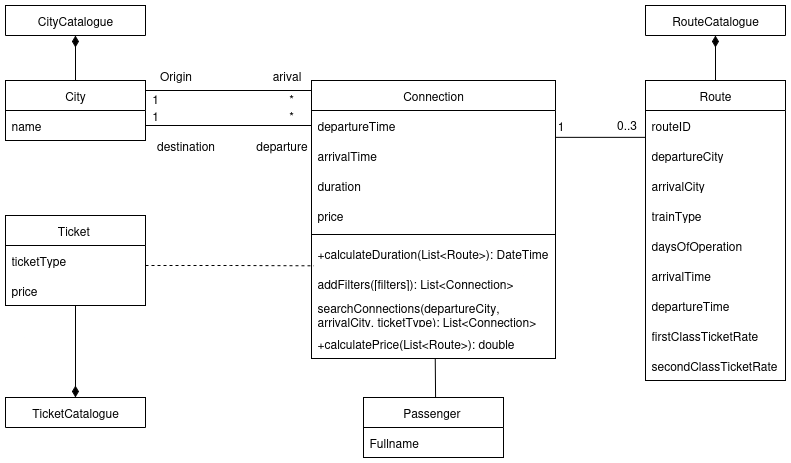
The draw.io diagram Iteration1/Artifacts/Class_Diagram.png in JA-WRI/Train-Connection-Finder, before a commit. Source tidied: cells renumbered, new cells last; positions are measured from the earlier drawing's top-left corner, leaving out a move shared by most shapes.
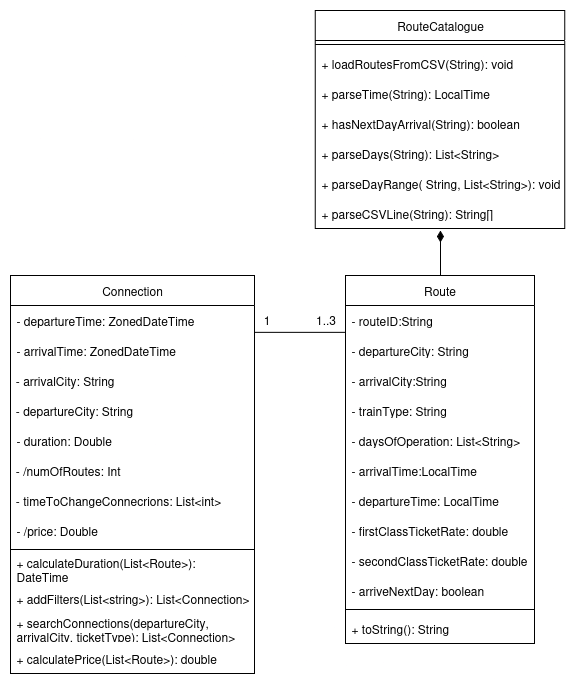
Later version of the same file.

Commit message:
Add updated Domain Model and Class Diagram

What changed in the source:
```diff
@@ -2,164 +2,125 @@
   <root>
     <mxCell id="0" />
     <mxCell id="1" parent="0" />
-    <mxCell id="2" style="edgeStyle=orthogonalEdgeStyle;rounded=0;jettySize=auto;html=1;entryX=0.5;entryY=1;entryDx=0;entryDy=0;endArrow=diamondThin;endFill=1;endSize=9;" parent="1" edge="1" source="3" target="5">
-      <mxGeometry relative="1" as="geometry" />
-    </mxCell>
-    <mxCell id="3" value="City" style="swimlane;fontStyle=0;horizontal=1;startSize=30;whiteSpace=wrap;html=1;" parent="1" vertex="1">
-      <mxGeometry y="75" width="140" height="60" as="geometry" />
-    </mxCell>
-    <mxCell id="4" value="name" style="text;strokeColor=none;fillColor=none;align=left;verticalAlign=middle;spacingLeft=4;spacingRight=4;overflow=hidden;points=[[0,0.5],[1,0.5]];portConstraint=eastwest;whiteSpace=wrap;html=1;" parent="3" vertex="1">
-      <mxGeometry y="30" width="140" height="30" as="geometry" />
-    </mxCell>
-    <mxCell id="5" value="CityCatalogue" style="swimlane;fontStyle=0;horizontal=1;startSize=30;whiteSpace=wrap;html=1;" parent="1" vertex="1">
-      <mxGeometry width="140" height="30" as="geometry" />
-    </mxCell>
-    <mxCell id="6" style="edgeStyle=orthogonalEdgeStyle;rounded=0;jettySize=auto;html=1;entryX=0.5;entryY=0;entryDx=0;entryDy=0;endArrow=diamondThin;endFill=1;endSize=9;" parent="1" edge="1" source="7" target="46">
-      <mxGeometry relative="1" as="geometry" />
-    </mxCell>
-    <mxCell id="7" value="Ticket&amp;nbsp;" style="swimlane;fontStyle=0;horizontal=1;startSize=30;whiteSpace=wrap;html=1;" parent="1" vertex="1">
-      <mxGeometry y="210" width="140" height="90" as="geometry" />
-    </mxCell>
-    <mxCell id="8" value="ticketType" style="text;strokeColor=none;fillColor=none;align=left;verticalAlign=middle;spacingLeft=4;spacingRight=4;overflow=hidden;whiteSpace=wrap;html=1;" parent="7" vertex="1">
-      <mxGeometry y="30" width="140" height="30" as="geometry" />
-    </mxCell>
-    <mxCell id="9" value="price" style="text;strokeColor=none;fillColor=none;align=left;verticalAlign=middle;spacingLeft=4;spacingRight=4;overflow=hidden;whiteSpace=wrap;html=1;" parent="7" vertex="1">
-      <mxGeometry y="60" width="140" height="30" as="geometry" />
-    </mxCell>
     <mxCell id="10" value="Connection" style="swimlane;fontStyle=0;horizontal=1;startSize=30;whiteSpace=wrap;html=1;" parent="1" vertex="1">
-      <mxGeometry x="306" y="75" width="244" height="278" as="geometry" />
+      <mxGeometry x="306" y="75" width="244" height="398" as="geometry" />
     </mxCell>
-    <mxCell id="11" value="departureTime" style="text;strokeColor=none;fillColor=none;align=left;verticalAlign=middle;spacingLeft=4;spacingRight=4;overflow=hidden;points=[[0,0.5],[1,0.5]];portConstraint=eastwest;whiteSpace=wrap;html=1;" parent="10" vertex="1">
+    <mxCell id="11" value="- departureTime:&amp;nbsp;ZonedDateTime" style="text;strokeColor=none;fillColor=none;align=left;verticalAlign=middle;spacingLeft=4;spacingRight=4;overflow=hidden;points=[[0,0.5],[1,0.5]];portConstraint=eastwest;whiteSpace=wrap;html=1;" parent="10" vertex="1">
       <mxGeometry y="30" width="244" height="30" as="geometry" />
     </mxCell>
-    <mxCell id="12" value="arrivalTime" style="text;strokeColor=none;fillColor=none;align=left;verticalAlign=middle;spacingLeft=4;spacingRight=4;overflow=hidden;whiteSpace=wrap;html=1;" parent="10" vertex="1">
+    <mxCell id="12" value="- arrivalTime:&amp;nbsp;ZonedDateTime" style="text;strokeColor=none;fillColor=none;align=left;verticalAlign=middle;spacingLeft=4;spacingRight=4;overflow=hidden;whiteSpace=wrap;html=1;" parent="10" vertex="1">
       <mxGeometry y="60" width="244" height="30" as="geometry" />
     </mxCell>
+    <mxCell id="50" value="&amp;nbsp;- arrivalCity: String" style="text;html=1;align=left;verticalAlign=middle;whiteSpace=wrap;rounded=0;" parent="10" vertex="1">
+      <mxGeometry y="90" width="244" height="30" as="geometry" />
+    </mxCell>
+    <mxCell id="51" value="&amp;nbsp;- departureCity: String" style="text;html=1;align=left;verticalAlign=middle;whiteSpace=wrap;rounded=0;" parent="10" vertex="1">
+      <mxGeometry y="120" width="244" height="30" as="geometry" />
+    </mxCell>
-    <mxCell id="13" value="duration" style="text;strokeColor=none;fillColor=none;align=left;verticalAlign=middle;spacingLeft=4;spacingRight=4;overflow=hidden;whiteSpace=wrap;html=1;" parent="10" vertex="1">
-      <mxGeometry y="90" width="244" height="30" as="geometry" />
+    <mxCell id="13" value="- duration: Double" style="text;strokeColor=none;fillColor=none;align=left;verticalAlign=middle;spacingLeft=4;spacingRight=4;overflow=hidden;whiteSpace=wrap;html=1;" parent="10" vertex="1">
+      <mxGeometry y="150" width="244" height="30" as="geometry" />
     </mxCell>
+    <mxCell id="52" value="&amp;nbsp;- /numOfRoutes: Int" style="text;html=1;align=left;verticalAlign=middle;whiteSpace=wrap;rounded=0;" parent="10" vertex="1">
+      <mxGeometry y="180" width="244" height="30" as="geometry" />
+    </mxCell>
+    <mxCell id="53" value="&amp;nbsp;- timeToChangeConnecrions: List&amp;lt;int&amp;gt;" style="text;html=1;align=left;verticalAlign=middle;whiteSpace=wrap;rounded=0;" parent="10" vertex="1">
+      <mxGeometry y="210" width="244" height="30" as="geometry" />
+    </mxCell>
-    <mxCell id="14" value="price" style="text;strokeColor=none;fillColor=none;align=left;verticalAlign=middle;spacingLeft=4;spacingRight=4;overflow=hidden;whiteSpace=wrap;html=1;" parent="10" vertex="1">
-      <mxGeometry y="120" width="244" height="30" as="geometry" />
+    <mxCell id="14" value="- /price: Double&amp;nbsp;" style="text;strokeColor=none;fillColor=none;align=left;verticalAlign=middle;spacingLeft=4;spacingRight=4;overflow=hidden;whiteSpace=wrap;html=1;" parent="10" vertex="1">
+      <mxGeometry y="240" width="244" height="30" as="geometry" />
     </mxCell>
     <mxCell id="15" style="line;strokeWidth=1;fillColor=none;align=left;verticalAlign=middle;spacingTop=-1;spacingLeft=3;spacingRight=3;labelPosition=right;strokeColor=inherit;" parent="10" vertex="1">
-      <mxGeometry y="150" width="244" height="8" as="geometry" />
+      <mxGeometry y="270" width="244" height="8" as="geometry" />
     </mxCell>
-    <mxCell id="16" value="+calculateDuration(List&amp;lt;Route&amp;gt;): DateTime" style="text;strokeColor=none;fillColor=none;align=left;verticalAlign=middle;spacingLeft=4;spacingRight=4;overflow=hidden;whiteSpace=wrap;html=1;" parent="10" vertex="1">
-      <mxGeometry y="158" width="244" height="30" as="geometry" />
+    <mxCell id="16" value="+ calculateDuration(List&amp;lt;Route&amp;gt;): DateTime" style="text;strokeColor=none;fillColor=none;align=left;verticalAlign=middle;spacingLeft=4;spacingRight=4;overflow=hidden;whiteSpace=wrap;html=1;" parent="10" vertex="1">
+      <mxGeometry y="278" width="244" height="30" as="geometry" />
     </mxCell>
-    <mxCell id="17" value="&lt;span style=&quot;text-align: center;&quot;&gt;addFilters([filters]): List&amp;lt;Connection&amp;gt;&lt;/span&gt;" style="text;strokeColor=none;fillColor=none;align=left;verticalAlign=middle;spacingLeft=4;spacingRight=4;overflow=hidden;whiteSpace=wrap;html=1;" parent="10" vertex="1">
-      <mxGeometry y="188" width="244" height="30" as="geometry" />
+    <mxCell id="17" value="&lt;span style=&quot;text-align: center;&quot;&gt;+ addFilters(List&amp;lt;string&amp;gt;): List&amp;lt;Connection&amp;gt;&lt;/span&gt;" style="text;strokeColor=none;fillColor=none;align=left;verticalAlign=middle;spacingLeft=4;spacingRight=4;overflow=hidden;whiteSpace=wrap;html=1;" parent="10" vertex="1">
+      <mxGeometry y="308" width="244" height="30" as="geometry" />
     </mxCell>
-    <mxCell id="18" value="&lt;span style=&quot;text-align: center;&quot;&gt;searchConnections(departureCity, arrivalCity, ticketType): List&amp;lt;Connection&amp;gt;&lt;/span&gt;" style="text;strokeColor=none;fillColor=none;align=left;verticalAlign=middle;spacingLeft=4;spacingRight=4;overflow=hidden;whiteSpace=wrap;html=1;" parent="10" vertex="1">
-      <mxGeometry y="218" width="244" height="30" as="geometry" />
+    <mxCell id="18" value="&lt;span style=&quot;text-align: center;&quot;&gt;+ searchConnections(departureCity, arrivalCity, ticketType): List&amp;lt;Connection&amp;gt;&lt;/span&gt;" style="text;strokeColor=none;fillColor=none;align=left;verticalAlign=middle;spacingLeft=4;spacingRight=4;overflow=hidden;whiteSpace=wrap;html=1;" parent="10" vertex="1">
+      <mxGeometry y="338" width="244" height="30" as="geometry" />
     </mxCell>
-    <mxCell id="19" value="+calculatePrice(List&amp;lt;Route&amp;gt;): double" style="text;strokeColor=none;fillColor=none;align=left;verticalAlign=middle;spacingLeft=4;spacingRight=4;overflow=hidden;points=[[0,0.5],[1,0.5]];portConstraint=eastwest;whiteSpace=wrap;html=1;" parent="10" vertex="1">
-      <mxGeometry y="248" width="244" height="30" as="geometry" />
+    <mxCell id="19" value="+ calculatePrice(List&amp;lt;Route&amp;gt;): double" style="text;strokeColor=none;fillColor=none;align=left;verticalAlign=middle;spacingLeft=4;spacingRight=4;overflow=hidden;points=[[0,0.5],[1,0.5]];portConstraint=eastwest;whiteSpace=wrap;html=1;" parent="10" vertex="1">
+      <mxGeometry y="368" width="244" height="30" as="geometry" />
     </mxCell>
-    <mxCell id="20" value="Origin" style="text;html=1;align=center;verticalAlign=middle;strokeColor=none;fillColor=none;" parent="1" vertex="1">
-      <mxGeometry x="140" y="55" width="60" height="30" as="geometry" />
-    </mxCell>
-    <mxCell id="21" value="destination" style="text;html=1;align=center;verticalAlign=middle;strokeColor=none;fillColor=none;" parent="1" vertex="1">
-      <mxGeometry x="140" y="125" width="80" height="30" as="geometry" />
-    </mxCell>
-    <mxCell id="22" value="departure" style="text;html=1;align=center;verticalAlign=middle;strokeColor=none;fillColor=none;" parent="1" vertex="1">
-      <mxGeometry x="241" y="125" width="70" height="30" as="geometry" />
-    </mxCell>
-    <mxCell id="23" value="arival" style="text;html=1;align=center;verticalAlign=middle;strokeColor=none;fillColor=none;" parent="1" vertex="1">
-      <mxGeometry x="256" y="55" width="50" height="30" as="geometry" />
-    </mxCell>
-    <mxCell id="24" value="Passenger&amp;nbsp;" style="swimlane;fontStyle=0;horizontal=1;startSize=30;whiteSpace=wrap;html=1;" parent="1" vertex="1">
-      <mxGeometry x="358" y="392" width="140" height="60" as="geometry" />
-    </mxCell>
-    <mxCell id="25" value="Fullname&amp;nbsp;" style="text;strokeColor=none;fillColor=none;align=left;verticalAlign=middle;spacingLeft=4;spacingRight=4;overflow=hidden;whiteSpace=wrap;html=1;" parent="24" vertex="1">
-      <mxGeometry y="30" width="140" height="30" as="geometry" />
-    </mxCell>
     <mxCell id="26" value="Route" style="swimlane;fontStyle=0;horizontal=1;startSize=30;whiteSpace=wrap;html=1;" parent="1" vertex="1">
-      <mxGeometry x="640" y="75" width="140" height="300" as="geometry" />
+      <mxGeometry x="641" y="75" width="189" height="368" as="geometry" />
     </mxCell>
-    <mxCell id="27" value="routeID" style="text;strokeColor=none;fillColor=none;align=left;verticalAlign=middle;spacingLeft=4;spacingRight=4;overflow=hidden;points=[[0,0.5],[1,0.5]];portConstraint=eastwest;whiteSpace=wrap;html=1;" parent="26" vertex="1">
-      <mxGeometry y="30" width="140" height="30" as="geometry" />
+    <mxCell id="27" value="- routeID:String" style="text;strokeColor=none;fillColor=none;align=left;verticalAlign=middle;spacingLeft=4;spacingRight=4;overflow=hidden;points=[[0,0.5],[1,0.5]];portConstraint=eastwest;whiteSpace=wrap;html=1;" parent="26" vertex="1">
+      <mxGeometry y="30" width="189" height="30" as="geometry" />
     </mxCell>
-    <mxCell id="28" value="departureCity" style="text;strokeColor=none;fillColor=none;align=left;verticalAlign=middle;spacingLeft=4;spacingRight=4;overflow=hidden;whiteSpace=wrap;html=1;" parent="26" vertex="1">
-      <mxGeometry y="60" width="140" height="30" as="geometry" />
+    <mxCell id="28" value="- departureCity: String" style="text;strokeColor=none;fillColor=none;align=left;verticalAlign=middle;spacingLeft=4;spacingRight=4;overflow=hidden;whiteSpace=wrap;html=1;" parent="26" vertex="1">
+      <mxGeometry y="60" width="189" height="30" as="geometry" />
     </mxCell>
-    <mxCell id="29" value="arrivalCity" style="text;strokeColor=none;fillColor=none;align=left;verticalAlign=middle;spacingLeft=4;spacingRight=4;overflow=hidden;whiteSpace=wrap;html=1;" parent="26" vertex="1">
-      <mxGeometry y="90" width="140" height="30" as="geometry" />
+    <mxCell id="29" value="- arrivalCity:String" style="text;strokeColor=none;fillColor=none;align=left;verticalAlign=middle;spacingLeft=4;spacingRight=4;overflow=hidden;whiteSpace=wrap;html=1;" parent="26" vertex="1">
+      <mxGeometry y="90" width="189" height="30" as="geometry" />
     </mxCell>
-    <mxCell id="30" value="trainType" style="text;strokeColor=none;fillColor=none;align=left;verticalAlign=middle;spacingLeft=4;spacingRight=4;overflow=hidden;whiteSpace=wrap;html=1;" parent="26" vertex="1">
-      <mxGeometry y="120" width="140" height="30" as="geometry" />
+    <mxCell id="30" value="- trainType: String" style="text;strokeColor=none;fillColor=none;align=left;verticalAlign=middle;spacingLeft=4;spacingRight=4;overflow=hidden;whiteSpace=wrap;html=1;" parent="26" vertex="1">
+      <mxGeometry y="120" width="189" height="30" as="geometry" />
     </mxCell>
-    <mxCell id="31" value="daysOfOperation" style="text;strokeColor=none;fillColor=none;align=left;verticalAlign=middle;spacingLeft=4;spacingRight=4;overflow=hidden;whiteSpace=wrap;html=1;" parent="26" vertex="1">
-      <mxGeometry y="150" width="140" height="30" as="geometry" />
+    <mxCell id="31" value="- daysOfOperation: List&amp;lt;String&amp;gt;" style="text;strokeColor=none;fillColor=none;align=left;verticalAlign=middle;spacingLeft=4;spacingRight=4;overflow=hidden;whiteSpace=wrap;html=1;" parent="26" vertex="1">
+      <mxGeometry y="150" width="189" height="30" as="geometry" />
     </mxCell>
-    <mxCell id="32" value="arrivalTime" style="text;strokeColor=none;fillColor=none;align=left;verticalAlign=middle;spacingLeft=4;spacingRight=4;overflow=hidden;whiteSpace=wrap;html=1;" parent="26" vertex="1">
-      <mxGeometry y="180" width="140" height="30" as="geometry" />
+    <mxCell id="32" value="- arrivalTime:LocalTime" style="text;strokeColor=none;fillColor=none;align=left;verticalAlign=middle;spacingLeft=4;spacingRight=4;overflow=hidden;whiteSpace=wrap;html=1;" parent="26" vertex="1">
+      <mxGeometry y="180" width="189" height="30" as="geometry" />
     </mxCell>
-    <mxCell id="33" value="departureTime" style="text;strokeColor=none;fillColor=none;align=left;verticalAlign=middle;spacingLeft=4;spacingRight=4;overflow=hidden;whiteSpace=wrap;html=1;" parent="26" vertex="1">
-      <mxGeometry y="210" width="140" height="30" as="geometry" />
+    <mxCell id="33" value="- departureTime: LocalTime" style="text;strokeColor=none;fillColor=none;align=left;verticalAlign=middle;spacingLeft=4;spacingRight=4;overflow=hidden;whiteSpace=wrap;html=1;" parent="26" vertex="1">
+      <mxGeometry y="210" width="189" height="30" as="geometry" />
     </mxCell>
-    <mxCell id="34" value="firstClassTicketRate" style="text;strokeColor=none;fillColor=none;align=left;verticalAlign=middle;spacingLeft=4;spacingRight=4;overflow=hidden;whiteSpace=wrap;html=1;" parent="26" vertex="1">
-      <mxGeometry y="240" width="140" height="30" as="geometry" />
+    <mxCell id="34" value="- firstClassTicketRate: double" style="text;strokeColor=none;fillColor=none;align=left;verticalAlign=middle;spacingLeft=4;spacingRight=4;overflow=hidden;whiteSpace=wrap;html=1;" parent="26" vertex="1">
+      <mxGeometry y="240" width="189" height="30" as="geometry" />
     </mxCell>
-    <mxCell id="35" value="secondClassTicketRate" style="text;strokeColor=none;fillColor=none;align=left;verticalAlign=middle;spacingLeft=4;spacingRight=4;overflow=hidden;whiteSpace=wrap;html=1;" parent="26" vertex="1">
-      <mxGeometry y="270" width="140" height="30" as="geometry" />
+    <mxCell id="35" value="- secondClassTicketRate: double" style="text;strokeColor=none;fillColor=none;align=left;verticalAlign=middle;spacingLeft=4;spacingRight=4;overflow=hidden;whiteSpace=wrap;html=1;" parent="26" vertex="1">
+      <mxGeometry y="270" width="189" height="30" as="geometry" />
     </mxCell>
+    <mxCell id="54" value="- arriveNextDay: boolean" style="text;strokeColor=none;fillColor=none;align=left;verticalAlign=middle;spacingLeft=4;spacingRight=4;overflow=hidden;whiteSpace=wrap;html=1;" parent="26" vertex="1">
+      <mxGeometry y="300" width="189" height="30" as="geometry" />
+    </mxCell>
+    <mxCell id="55" style="line;strokeWidth=1;fillColor=none;align=left;verticalAlign=middle;spacingTop=-1;spacingLeft=3;spacingRight=3;labelPosition=right;strokeColor=inherit;" parent="26" vertex="1">
+      <mxGeometry y="330" width="189" height="8" as="geometry" />
+    </mxCell>
+    <mxCell id="56" value="+ toString(): String" style="text;strokeColor=none;fillColor=none;align=left;verticalAlign=middle;spacingLeft=4;spacingRight=4;overflow=hidden;whiteSpace=wrap;html=1;" parent="26" vertex="1">
+      <mxGeometry y="338" width="189" height="30" as="geometry" />
+    </mxCell>
     <mxCell id="36" style="endArrow=none;html=1;rounded=0;entryX=0;entryY=0.895;entryDx=0;entryDy=0;entryPerimeter=0;exitX=0.999;exitY=0.895;exitDx=0;exitDy=0;exitPerimeter=0;" parent="1" edge="1" source="11" target="27">
       <mxGeometry relative="1" as="geometry" />
     </mxCell>
-    <mxCell id="37" value="1" style="text;html=1;align=center;verticalAlign=middle;whiteSpace=wrap;rounded=0;" parent="1" vertex="1">
-      <mxGeometry x="120" y="95" width="60" height="30" as="geometry" />
-    </mxCell>
-    <mxCell id="38" value="*" style="text;html=1;align=center;verticalAlign=middle;whiteSpace=wrap;rounded=0;" parent="1" vertex="1">
-      <mxGeometry x="256" y="78" width="60" height="30" as="geometry" />
-    </mxCell>
-    <mxCell id="39" value="RouteCatalogue" style="swimlane;fontStyle=0;horizontal=1;startSize=30;whiteSpace=wrap;html=1;" parent="1" vertex="1">
-      <mxGeometry x="640" width="140" height="30" as="geometry" />
-    </mxCell>
-    <mxCell id="40" value="1" style="text;html=1;align=center;verticalAlign=middle;whiteSpace=wrap;rounded=0;" parent="1" vertex="1">
-      <mxGeometry x="120" y="78" width="60" height="30" as="geometry" />
-    </mxCell>
-    <mxCell id="41" value="*" style="text;html=1;align=center;verticalAlign=middle;whiteSpace=wrap;rounded=0;" parent="1" vertex="1">
-      <mxGeometry x="256" y="95" width="60" height="30" as="geometry" />
-    </mxCell>
     <mxCell id="42" value="1" style="text;html=1;align=center;verticalAlign=middle;strokeColor=none;fillColor=none;" parent="1" vertex="1">
-      <mxGeometry x="540" y="105" width="30" height="30" as="geometry" />
+      <mxGeometry x="547" y="104" width="30" height="30" as="geometry" />
     </mxCell>
-    <mxCell id="43" value="0..3" style="text;html=1;align=center;verticalAlign=middle;strokeColor=none;fillColor=none;" parent="1" vertex="1">
+    <mxCell id="43" value="1..3" style="text;html=1;align=center;verticalAlign=middle;strokeColor=none;fillColor=none;" parent="1" vertex="1">
       <mxGeometry x="601" y="104" width="40" height="30" as="geometry" />
     </mxCell>
-    <mxCell id="44" style="edgeStyle=orthogonalEdgeStyle;rounded=0;orthogonalLoop=1;jettySize=auto;html=1;endArrow=none;endFill=0;" parent="1" edge="1">
-      <mxGeometry relative="1" as="geometry">
-        <mxPoint x="140" y="85" as="sourcePoint" />
-        <mxPoint x="306" y="85" as="targetPoint" />
-      </mxGeometry>
-    </mxCell>
-    <mxCell id="45" style="edgeStyle=orthogonalEdgeStyle;rounded=0;jettySize=auto;html=1;entryX=0;entryY=0.5;entryDx=0;entryDy=0;endArrow=none;endFill=0;" parent="1" edge="1" source="4" target="11">
-      <mxGeometry relative="1" as="geometry" />
-    </mxCell>
-    <mxCell id="46" value="TicketCatalogue" style="swimlane;fontStyle=0;horizontal=1;startSize=30;whiteSpace=wrap;html=1;" parent="1" vertex="1">
-      <mxGeometry y="392" width="140" height="30" as="geometry" />
-    </mxCell>
-    <mxCell id="47" style="edgeStyle=orthogonalEdgeStyle;rounded=0;orthogonalLoop=1;jettySize=auto;html=1;entryX=0.01;entryY=0.744;entryDx=0;entryDy=0;entryPerimeter=0;endArrow=none;endFill=0;dashed=1;" parent="1" edge="1">
-      <mxGeometry relative="1" as="geometry">
-        <mxPoint x="140" y="260" as="sourcePoint" />
-        <mxPoint x="308.4" y="260.3" as="targetPoint" />
-      </mxGeometry>
-    </mxCell>
-    <mxCell id="48" style="edgeStyle=orthogonalEdgeStyle;rounded=0;jettySize=auto;html=1;endArrow=none;endFill=0;entryX=0.507;entryY=1.014;entryDx=0;entryDy=0;entryPerimeter=0;exitX=0.514;exitY=0.002;exitDx=0;exitDy=0;exitPerimeter=0;" parent="1" edge="1" source="24" target="19">
-      <mxGeometry relative="1" as="geometry">
-        <Array as="points">
-          <mxPoint x="430" y="391" />
-          <mxPoint x="430" y="390" />
-          <mxPoint x="430" y="390" />
-        </Array>
-      </mxGeometry>
-    </mxCell>
     <mxCell id="49" style="edgeStyle=orthogonalEdgeStyle;rounded=0;orthogonalLoop=1;jettySize=auto;html=1;entryX=0.5;entryY=1;entryDx=0;entryDy=0;endArrow=diamondThin;endFill=1;endSize=9;" parent="1" edge="1">
       <mxGeometry relative="1" as="geometry">
-        <mxPoint x="744" y="75" as="sourcePoint" />
-        <mxPoint x="710" y="30" as="targetPoint" />
+        <mxPoint x="770" y="75" as="sourcePoint" />
+        <mxPoint x="736" y="30" as="targetPoint" />
       </mxGeometry>
     </mxCell>
+    <mxCell id="39" value="RouteCatalogue" style="swimlane;fontStyle=0;horizontal=1;startSize=30;whiteSpace=wrap;html=1;" parent="1" vertex="1">
+      <mxGeometry x="610.8" y="-190" width="249.5" height="218" as="geometry" />
+    </mxCell>
+    <mxCell id="57" style="line;strokeWidth=1;fillColor=none;align=left;verticalAlign=middle;spacingTop=-1;spacingLeft=3;spacingRight=3;labelPosition=right;strokeColor=inherit;" parent="39" vertex="1">
+      <mxGeometry y="30" width="249.5" height="8" as="geometry" />
+    </mxCell>
+    <mxCell id="58" value="+ loadRoutesFromCSV(String): void" style="text;strokeColor=none;fillColor=none;align=left;verticalAlign=middle;spacingLeft=4;spacingRight=4;overflow=hidden;whiteSpace=wrap;html=1;" parent="39" vertex="1">
+      <mxGeometry y="38" width="249.5" height="30" as="geometry" />
+    </mxCell>
+    <mxCell id="59" value="+ parseTime(String): LocalTime" style="text;strokeColor=none;fillColor=none;align=left;verticalAlign=middle;spacingLeft=4;spacingRight=4;overflow=hidden;whiteSpace=wrap;html=1;" parent="39" vertex="1">
+      <mxGeometry y="68" width="249.5" height="30" as="geometry" />
+    </mxCell>
+    <mxCell id="60" value="+ hasNextDayArrival(String): boolean" style="text;strokeColor=none;fillColor=none;align=left;verticalAlign=middle;spacingLeft=4;spacingRight=4;overflow=hidden;whiteSpace=wrap;html=1;" parent="39" vertex="1">
+      <mxGeometry y="98" width="249.5" height="30" as="geometry" />
+    </mxCell>
+    <mxCell id="61" value="+ parseDays(String): List&amp;lt;String&amp;gt;" style="text;strokeColor=none;fillColor=none;align=left;verticalAlign=middle;spacingLeft=4;spacingRight=4;overflow=hidden;whiteSpace=wrap;html=1;" parent="39" vertex="1">
+      <mxGeometry y="128" width="249.5" height="30" as="geometry" />
+    </mxCell>
+    <mxCell id="62" value="+ parseDayRange( String, List&amp;lt;String&amp;gt;): void" style="text;strokeColor=none;fillColor=none;align=left;verticalAlign=middle;spacingLeft=4;spacingRight=4;overflow=hidden;whiteSpace=wrap;html=1;" parent="39" vertex="1">
+      <mxGeometry y="158" width="249.5" height="30" as="geometry" />
+    </mxCell>
+    <mxCell id="63" value="+ parseCSVLine(String): String[]" style="text;strokeColor=none;fillColor=none;align=left;verticalAlign=middle;spacingLeft=4;spacingRight=4;overflow=hidden;whiteSpace=wrap;html=1;" parent="39" vertex="1">
+      <mxGeometry y="188" width="249.5" height="30" as="geometry" />
+    </mxCell>
   </root>
 </mxGraphModel>
```
